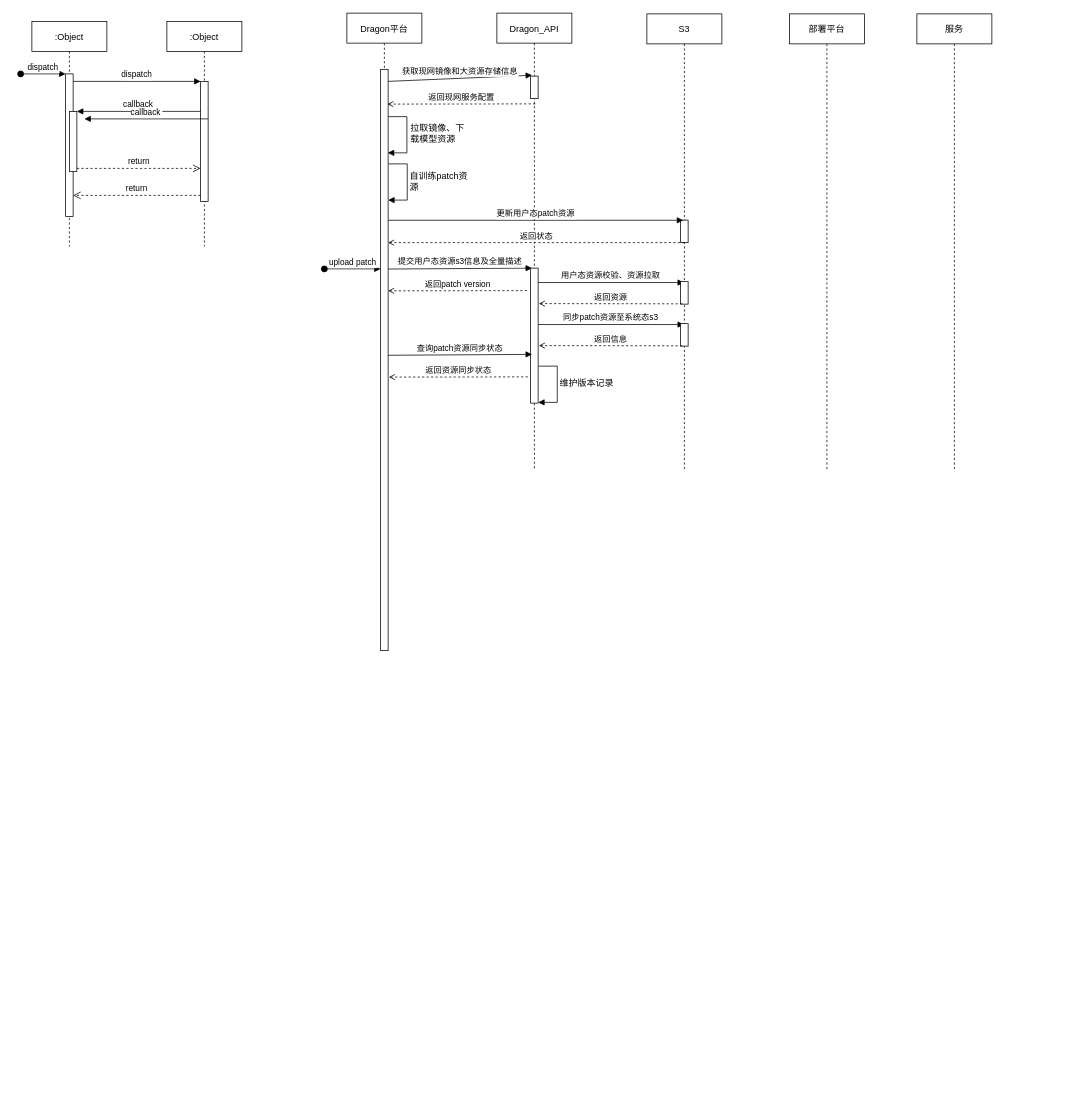
Above: dragon_api.drawio in Mr-lixh/diagrams (draw.io), before the change. Source tidied: cells renumbered, new cells numbered last; positions are measured from the earlier drawing's top-left corner, leaving out a move shared by most shapes. Both pictures are drawn from the tidied source at 75%, with x=0, y=0 at pixel (20, 13).
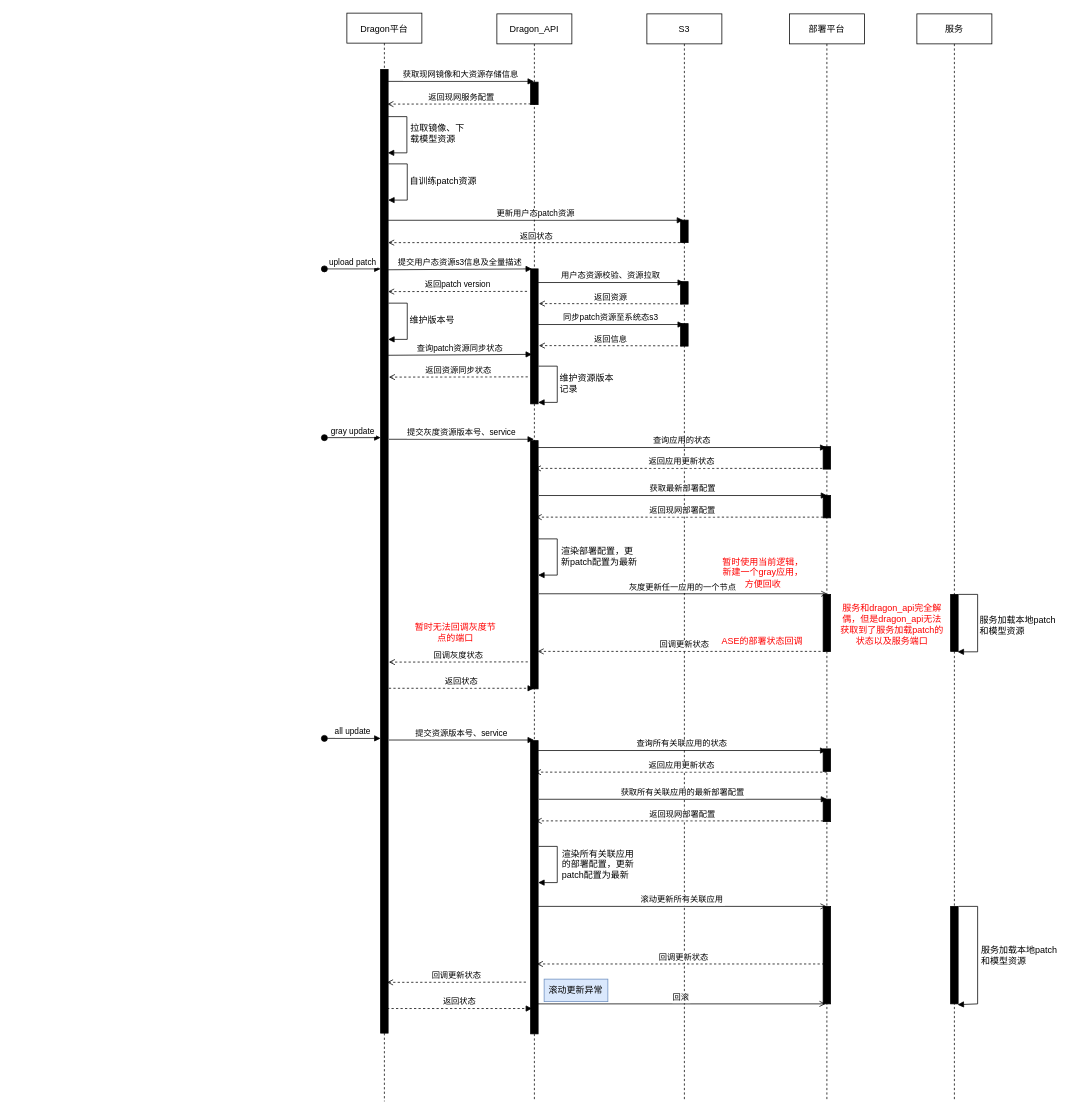
Above is the later version.

What changed in the source:
```diff
@@
-    <mxCell id="2" value=":Object" style="shape=umlLifeline;perimeter=lifelinePerimeter;rounded=0;shadow=0;strokeWidth=1;" parent="1" vertex="1">
-      <mxGeometry x="15" y="11" width="100" height="300" as="geometry" />
-    </mxCell>
-    <mxCell id="3" style="points=[];perimeter=orthogonalPerimeter;rounded=0;shadow=0;strokeWidth=1;" parent="2" vertex="1">
-      <mxGeometry x="45" y="70" width="10" height="190" as="geometry" />
-    </mxCell>
-    <mxCell id="4" value="dispatch" style="verticalAlign=bottom;startArrow=oval;endArrow=block;startSize=8;shadow=0;strokeWidth=1;" parent="2" edge="1" target="3">
-      <mxGeometry relative="1" as="geometry">
-        <mxPoint x="-15" y="70" as="sourcePoint" />
-      </mxGeometry>
-    </mxCell>
-    <mxCell id="5" style="points=[];perimeter=orthogonalPerimeter;rounded=0;shadow=0;strokeWidth=1;" parent="2" vertex="1">
-      <mxGeometry x="50" y="120" width="10" height="80" as="geometry" />
-    </mxCell>
-    <mxCell id="6" value=":Object" style="shape=umlLifeline;perimeter=lifelinePerimeter;rounded=0;shadow=0;strokeWidth=1;" parent="1" vertex="1">
-      <mxGeometry x="195" y="11" width="100" height="300" as="geometry" />
-    </mxCell>
-    <mxCell id="7" style="points=[];perimeter=orthogonalPerimeter;rounded=0;shadow=0;strokeWidth=1;" parent="6" vertex="1">
-      <mxGeometry x="45" y="80" width="10" height="160" as="geometry" />
-    </mxCell>
-    <mxCell id="8" value="return" style="verticalAlign=bottom;endArrow=open;dashed=1;endSize=8;exitX=0;exitY=0.95;shadow=0;strokeWidth=1;" parent="1" edge="1" source="7" target="3">
-      <mxGeometry relative="1" as="geometry" />
-    </mxCell>
-    <mxCell id="9" value="dispatch" style="verticalAlign=bottom;endArrow=block;entryX=0;entryY=0;shadow=0;strokeWidth=1;" parent="1" edge="1" source="3" target="7">
-      <mxGeometry relative="1" as="geometry" />
-    </mxCell>
-    <mxCell id="10" value="callback" style="verticalAlign=bottom;endArrow=block;entryX=1;entryY=0;shadow=0;strokeWidth=1;" parent="1" edge="1" source="7" target="5">
-      <mxGeometry relative="1" as="geometry" />
-    </mxCell>
-    <mxCell id="11" value="return" style="verticalAlign=bottom;endArrow=open;dashed=1;endSize=8;exitX=1;exitY=0.95;shadow=0;strokeWidth=1;" parent="1" edge="1" source="5" target="7">
-      <mxGeometry relative="1" as="geometry" />
-    </mxCell>
     <mxCell id="12" value="Dragon平台" style="shape=umlLifeline;perimeter=lifelinePerimeter;rounded=0;shadow=0;strokeWidth=1;" parent="1" vertex="1">
-      <mxGeometry x="435" width="100" height="850" as="geometry" />
+      <mxGeometry x="435" width="100" height="1451" as="geometry" />
     </mxCell>
-    <mxCell id="13" style="perimeter=orthogonalPerimeter;rounded=0;shadow=0;strokeWidth=1;" parent="12" vertex="1">
-      <mxGeometry x="45" y="75" width="10" height="775" as="geometry" />
+    <mxCell id="13" style="perimeter=orthogonalPerimeter;rounded=0;shadow=0;strokeWidth=1;fillColor=#000000;" parent="12" vertex="1">
+      <mxGeometry x="45" y="75" width="10" height="1285" as="geometry" />
     </mxCell>
@@
     <mxCell id="17" value="Dragon_API" style="shape=umlLifeline;perimeter=lifelinePerimeter;rounded=0;shadow=0;strokeWidth=1;" parent="1" vertex="1">
-      <mxGeometry x="635" width="100" height="610" as="geometry" />
+      <mxGeometry x="635" y="1" width="100" height="1450" as="geometry" />
     </mxCell>
-    <mxCell id="18" style="points=[];perimeter=orthogonalPerimeter;rounded=0;shadow=0;strokeWidth=1;" parent="17" vertex="1">
-      <mxGeometry x="45" y="84" width="10" height="30" as="geometry" />
+    <mxCell id="18" style="points=[];perimeter=orthogonalPerimeter;rounded=0;shadow=0;strokeWidth=1;fillColor=#000000;" parent="17" vertex="1">
+      <mxGeometry x="45" y="91" width="10" height="30" as="geometry" />
     </mxCell>
@@
-    <mxCell id="20" style="perimeter=orthogonalPerimeter;rounded=0;shadow=0;strokeWidth=1;" parent="17" vertex="1">
+    <mxCell id="20" style="perimeter=orthogonalPerimeter;rounded=0;shadow=0;strokeWidth=1;fillColor=#000000;" parent="17" vertex="1">
       <mxGeometry x="45" y="340" width="10" height="180" as="geometry" />
     </mxCell>
@@
+    <mxCell id="43" style="perimeter=orthogonalPerimeter;rounded=0;shadow=0;strokeWidth=1;fillColor=#000000;" parent="17" vertex="1">
+      <mxGeometry x="45" y="569" width="10" height="331" as="geometry" />
+    </mxCell>
+    <mxCell id="44" value="查询应用的状态" style="verticalAlign=bottom;endArrow=block;shadow=0;strokeWidth=1;" parent="17" edge="1" target="27">
+      <mxGeometry relative="1" as="geometry">
+        <mxPoint x="55" y="578.2" as="sourcePoint" />
+      </mxGeometry>
+    </mxCell>
+    <mxCell id="45" style="perimeter=orthogonalPerimeter;rounded=0;shadow=0;strokeWidth=1;fillColor=#000000;" parent="17" vertex="1">
+      <mxGeometry x="45" y="969" width="10" height="391" as="geometry" />
+    </mxCell>
+    <mxCell id="46" value="回调更新状态" style="verticalAlign=bottom;endArrow=none;shadow=0;strokeWidth=1;startArrow=open;startFill=0;endFill=0;dashed=1;" parent="17" edge="1">
+      <mxGeometry relative="1" as="geometry">
+        <mxPoint x="-146.5" y="1291.3" as="sourcePoint" />
+        <mxPoint x="39.5" y="1291" as="targetPoint" />
+      </mxGeometry>
+    </mxCell>
+    <mxCell id="47" value="返回状态" style="verticalAlign=bottom;endArrow=block;shadow=0;strokeWidth=1;dashed=1;" parent="17" edge="1">
+      <mxGeometry relative="1" as="geometry">
+        <mxPoint x="-146.5" y="1326.2" as="sourcePoint" />
+        <mxPoint x="47" y="1326.2" as="targetPoint" />
+      </mxGeometry>
+    </mxCell>
+    <mxCell id="48" value="滚动更新异常" style="rounded=0;whiteSpace=wrap;html=1;fillColor=#dae8fc;strokeColor=#6c8ebf;" parent="17" vertex="1">
+      <mxGeometry x="63" y="1287" width="85" height="30" as="geometry" />
+    </mxCell>
     <mxCell id="22" value="S3" style="shape=umlLifeline;perimeter=lifelinePerimeter;rounded=0;shadow=0;strokeWidth=1;" parent="1" vertex="1">
-      <mxGeometry x="835" y="1" width="100" height="610" as="geometry" />
+      <mxGeometry x="835" y="1" width="100" height="1450" as="geometry" />
     </mxCell>
-    <mxCell id="23" style="perimeter=orthogonalPerimeter;rounded=0;shadow=0;strokeWidth=1;" parent="22" vertex="1">
+    <mxCell id="23" style="perimeter=orthogonalPerimeter;rounded=0;shadow=0;strokeWidth=1;fillColor=#000000;" parent="22" vertex="1">
       <mxGeometry x="45" y="275" width="10" height="30" as="geometry" />
     </mxCell>
@@
-    <mxCell id="26" style="perimeter=orthogonalPerimeter;rounded=0;shadow=0;strokeWidth=1;" parent="22" vertex="1">
+    <mxCell id="26" style="perimeter=orthogonalPerimeter;rounded=0;shadow=0;strokeWidth=1;fillColor=#000000;" parent="22" vertex="1">
       <mxGeometry x="45" y="357" width="10" height="30" as="geometry" />
     </mxCell>
+    <mxCell id="49" value="回调更新状态" style="verticalAlign=bottom;endArrow=none;shadow=0;strokeWidth=1;startArrow=open;startFill=0;endFill=0;dashed=1;" parent="22" edge="1">
+      <mxGeometry relative="1" as="geometry">
+        <mxPoint x="-145.6" y="850" as="sourcePoint" />
+        <mxPoint x="245.7" y="850" as="targetPoint" />
+      </mxGeometry>
+    </mxCell>
     <mxCell id="27" value="部署平台" style="shape=umlLifeline;perimeter=lifelinePerimeter;rounded=0;shadow=0;strokeWidth=1;" parent="1" vertex="1">
-      <mxGeometry x="1025" y="1" width="100" height="610" as="geometry" />
+      <mxGeometry x="1025" y="1" width="100" height="1450" as="geometry" />
     </mxCell>
+    <mxCell id="50" style="perimeter=orthogonalPerimeter;rounded=0;shadow=0;strokeWidth=1;fillColor=#000000;" parent="27" vertex="1">
+      <mxGeometry x="45" y="577" width="10" height="30" as="geometry" />
+    </mxCell>
+    <mxCell id="51" style="perimeter=orthogonalPerimeter;rounded=0;shadow=0;strokeWidth=1;fillColor=#000000;" parent="27" vertex="1">
+      <mxGeometry x="45" y="642" width="10" height="30" as="geometry" />
+    </mxCell>
+    <mxCell id="52" style="perimeter=orthogonalPerimeter;rounded=0;shadow=0;strokeWidth=1;fillColor=#000000;" parent="27" vertex="1">
+      <mxGeometry x="45" y="774" width="10" height="76" as="geometry" />
+    </mxCell>
+    <mxCell id="53" style="perimeter=orthogonalPerimeter;rounded=0;shadow=0;strokeWidth=1;fillColor=#000000;" parent="27" vertex="1">
+      <mxGeometry x="45" y="980" width="10" height="30" as="geometry" />
+    </mxCell>
+    <mxCell id="54" style="perimeter=orthogonalPerimeter;rounded=0;shadow=0;strokeWidth=1;fillColor=#000000;" parent="27" vertex="1">
+      <mxGeometry x="45" y="1047" width="10" height="30" as="geometry" />
+    </mxCell>
+    <mxCell id="55" style="perimeter=orthogonalPerimeter;rounded=0;shadow=0;strokeWidth=1;fillColor=#000000;" parent="27" vertex="1">
+      <mxGeometry x="45" y="1190" width="10" height="130" as="geometry" />
+    </mxCell>
     <mxCell id="28" value="服务" style="shape=umlLifeline;perimeter=lifelinePerimeter;rounded=0;shadow=0;strokeWidth=1;" parent="1" vertex="1">
-      <mxGeometry x="1195" y="1" width="100" height="610" as="geometry" />
+      <mxGeometry x="1195" y="1" width="100" height="1450" as="geometry" />
     </mxCell>
+    <mxCell id="56" style="points=[];perimeter=orthogonalPerimeter;rounded=0;shadow=0;strokeWidth=1;fillColor=#000000;" parent="28" vertex="1">
+      <mxGeometry x="45" y="774" width="10" height="76" as="geometry" />
+    </mxCell>
-    <mxCell id="29" value="获取现网镜像和大资源存储信息" style="verticalAlign=bottom;endArrow=block;shadow=0;strokeWidth=1;entryX=0.191;entryY=-0.039;entryDx=0;entryDy=0;entryPerimeter=0;" parent="1" edge="1" target="18">
+    <mxCell id="29" value="获取现网镜像和大资源存储信息" style="verticalAlign=bottom;endArrow=block;shadow=0;strokeWidth=1;" parent="1" edge="1" target="17">
       <mxGeometry relative="1" as="geometry">
         <mxPoint x="490" y="91" as="sourcePoint" />
       </mxGeometry>
     </mxCell>
-    <mxCell id="30" value="callback" style="verticalAlign=bottom;endArrow=block;entryX=1;entryY=0;shadow=0;strokeWidth=1;" parent="1" edge="1">
-      <mxGeometry relative="1" as="geometry">
-        <mxPoint x="250" y="141" as="sourcePoint" />
-        <mxPoint x="85" y="141" as="targetPoint" />
-      </mxGeometry>
-    </mxCell>
@@
     <mxCell id="33" value="自训练patch资源" style="text;html=1;strokeColor=none;fillColor=none;align=left;verticalAlign=middle;whiteSpace=wrap;rounded=0;" parent="1" vertex="1">
-      <mxGeometry x="517" y="209" width="80" height="30" as="geometry" />
+      <mxGeometry x="517" y="209" width="98" height="30" as="geometry" />
     </mxCell>
@@
-    <mxCell id="37" style="perimeter=orthogonalPerimeter;rounded=0;shadow=0;strokeWidth=1;" parent="1" vertex="1">
+    <mxCell id="37" style="perimeter=orthogonalPerimeter;rounded=0;shadow=0;strokeWidth=1;fillColor=#000000;" parent="1" vertex="1">
       <mxGeometry x="880" y="414" width="10" height="30" as="geometry" />
     </mxCell>
@@
-    <mxCell id="40" value="维护版本记录" style="text;html=1;strokeColor=none;fillColor=none;align=left;verticalAlign=middle;whiteSpace=wrap;rounded=0;" parent="1" vertex="1">
+    <mxCell id="40" value="维护资源版本记录" style="text;html=1;strokeColor=none;fillColor=none;align=left;verticalAlign=middle;whiteSpace=wrap;rounded=0;" parent="1" vertex="1">
       <mxGeometry x="717" y="478.7" width="80" height="30" as="geometry" />
     </mxCell>
@@
+    <mxCell id="57" style="endArrow=block;html=1;rounded=0;edgeStyle=orthogonalEdgeStyle;entryX=0.945;entryY=0.649;entryDx=0;entryDy=0;entryPerimeter=0;endFill=1;" parent="1" edge="1">
+      <mxGeometry relative="1" as="geometry">
+        <mxPoint x="490.5" y="386.7" as="sourcePoint" />
+        <mxPoint x="490" y="435" as="targetPoint" />
+        <Array as="points">
+          <mxPoint x="515.5" y="386.7" />
+          <mxPoint x="515.5" y="434.7" />
+        </Array>
+      </mxGeometry>
+    </mxCell>
+    <mxCell id="58" value="维护版本号" style="text;html=1;strokeColor=none;fillColor=none;align=left;verticalAlign=middle;whiteSpace=wrap;rounded=0;" parent="1" vertex="1">
+      <mxGeometry x="517" y="394.7" width="80" height="30" as="geometry" />
+    </mxCell>
+    <mxCell id="59" value="gray update" style="verticalAlign=bottom;startArrow=oval;endArrow=block;startSize=8;shadow=0;strokeWidth=1;" parent="1" edge="1">
+      <mxGeometry relative="1" as="geometry">
+        <mxPoint x="405" y="566" as="sourcePoint" />
+        <mxPoint x="480" y="566" as="targetPoint" />
+      </mxGeometry>
+    </mxCell>
+    <mxCell id="60" value="提交灰度资源版本号、service" style="verticalAlign=bottom;endArrow=block;shadow=0;strokeWidth=1;" parent="1" edge="1" target="17">
+      <mxGeometry relative="1" as="geometry">
+        <mxPoint x="491" y="568.2" as="sourcePoint" />
+      </mxGeometry>
+    </mxCell>
+    <mxCell id="61" value="返回应用更新状态" style="verticalAlign=bottom;endArrow=none;shadow=0;strokeWidth=1;startArrow=open;startFill=0;endFill=0;dashed=1;" parent="1" edge="1">
+      <mxGeometry relative="1" as="geometry">
+        <mxPoint x="685.7" y="607" as="sourcePoint" />
+        <mxPoint x="1077" y="607" as="targetPoint" />
+      </mxGeometry>
+    </mxCell>
+    <mxCell id="62" value="获取最新部署配置" style="verticalAlign=bottom;endArrow=block;shadow=0;strokeWidth=1;" parent="1" edge="1">
+      <mxGeometry relative="1" as="geometry">
+        <mxPoint x="691" y="643.2" as="sourcePoint" />
+        <mxPoint x="1075.5" y="643.2" as="targetPoint" />
+      </mxGeometry>
+    </mxCell>
+    <mxCell id="63" value="返回现网部署配置" style="verticalAlign=bottom;endArrow=none;shadow=0;strokeWidth=1;startArrow=open;startFill=0;endFill=0;dashed=1;" parent="1" edge="1">
+      <mxGeometry relative="1" as="geometry">
+        <mxPoint x="686.7" y="672" as="sourcePoint" />
+        <mxPoint x="1078" y="672" as="targetPoint" />
+      </mxGeometry>
+    </mxCell>
+    <mxCell id="64" style="endArrow=block;html=1;rounded=0;edgeStyle=orthogonalEdgeStyle;entryX=0.945;entryY=0.649;entryDx=0;entryDy=0;entryPerimeter=0;endFill=1;" parent="1" edge="1">
+      <mxGeometry relative="1" as="geometry">
+        <mxPoint x="690.5" y="701" as="sourcePoint" />
+        <mxPoint x="690" y="749.3" as="targetPoint" />
+        <Array as="points">
+          <mxPoint x="715.5" y="701" />
+          <mxPoint x="715.5" y="749" />
+        </Array>
+      </mxGeometry>
+    </mxCell>
+    <mxCell id="65" value="渲染部署配置，更新patch配置为最新" style="text;html=1;strokeColor=none;fillColor=none;align=left;verticalAlign=middle;whiteSpace=wrap;rounded=0;" parent="1" vertex="1">
+      <mxGeometry x="719" y="709" width="108" height="30" as="geometry" />
+    </mxCell>
+    <mxCell id="66" value="灰度更新任一应用的一个节点" style="verticalAlign=bottom;endArrow=open;shadow=0;strokeWidth=1;endFill=0;" parent="1" edge="1">
+      <mxGeometry relative="1" as="geometry">
+        <mxPoint x="691" y="774.2" as="sourcePoint" />
+        <mxPoint x="1075.5" y="774.2" as="targetPoint" />
+      </mxGeometry>
+    </mxCell>
+    <mxCell id="67" style="endArrow=block;html=1;rounded=0;edgeStyle=orthogonalEdgeStyle;entryX=0.92;entryY=1.008;entryDx=0;entryDy=0;entryPerimeter=0;endFill=1;" parent="1" edge="1" target="56">
+      <mxGeometry relative="1" as="geometry">
+        <mxPoint x="1250.5" y="775" as="sourcePoint" />
+        <Array as="points">
+          <mxPoint x="1276" y="775" />
+          <mxPoint x="1276" y="851" />
+          <mxPoint x="1249" y="851" />
+        </Array>
+      </mxGeometry>
+    </mxCell>
+    <mxCell id="68" value="服务加载本地patch和模型资源" style="text;html=1;strokeColor=none;fillColor=none;align=left;verticalAlign=middle;whiteSpace=wrap;rounded=0;" parent="1" vertex="1">
+      <mxGeometry x="1277" y="801" width="108" height="30" as="geometry" />
+    </mxCell>
+    <mxCell id="69" value="回调灰度状态" style="verticalAlign=bottom;endArrow=none;shadow=0;strokeWidth=1;startArrow=open;startFill=0;endFill=0;dashed=1;" parent="1" edge="1">
+      <mxGeometry relative="1" as="geometry">
+        <mxPoint x="491" y="865.3" as="sourcePoint" />
+        <mxPoint x="677" y="865" as="targetPoint" />
+      </mxGeometry>
+    </mxCell>
+    <mxCell id="70" value="暂时无法回调灰度节点的端口" style="text;html=1;strokeColor=none;fillColor=none;align=center;verticalAlign=middle;whiteSpace=wrap;rounded=0;fontColor=#FF0000;" parent="1" vertex="1">
+      <mxGeometry x="525" y="811" width="110" height="30" as="geometry" />
+    </mxCell>
+    <mxCell id="71" value="返回状态" style="verticalAlign=bottom;endArrow=block;shadow=0;strokeWidth=1;dashed=1;" parent="1" edge="1">
+      <mxGeometry relative="1" as="geometry">
+        <mxPoint x="491" y="900.2" as="sourcePoint" />
+        <mxPoint x="684.5" y="900.2" as="targetPoint" />
+      </mxGeometry>
+    </mxCell>
+    <mxCell id="72" value="暂时使用当前逻辑，新建一个gray应用，方便回收" style="text;html=1;strokeColor=none;fillColor=none;align=center;verticalAlign=middle;whiteSpace=wrap;rounded=0;fontColor=#FF0000;" parent="1" vertex="1">
+      <mxGeometry x="935" y="731" width="110" height="30" as="geometry" />
+    </mxCell>
+    <mxCell id="73" value="ASE的部署状态回调" style="text;html=1;strokeColor=none;fillColor=none;align=center;verticalAlign=middle;whiteSpace=wrap;rounded=0;fontColor=#FF0000;" parent="1" vertex="1">
+      <mxGeometry x="929" y="822" width="120" height="30" as="geometry" />
+    </mxCell>
+    <mxCell id="74" value="服务和dragon_api完全解偶，但是dragon_api无法获取到了服务加载patch的状态以及服务端口" style="text;html=1;strokeColor=none;fillColor=none;align=center;verticalAlign=middle;whiteSpace=wrap;rounded=0;fontColor=#FF0000;" parent="1" vertex="1">
+      <mxGeometry x="1092" y="790" width="140" height="50" as="geometry" />
+    </mxCell>
+    <mxCell id="75" value="all update" style="verticalAlign=bottom;startArrow=oval;endArrow=block;startSize=8;shadow=0;strokeWidth=1;" parent="1" edge="1">
+      <mxGeometry relative="1" as="geometry">
+        <mxPoint x="405" y="967" as="sourcePoint" />
+        <mxPoint x="480" y="967" as="targetPoint" />
+      </mxGeometry>
+    </mxCell>
+    <mxCell id="76" value="提交资源版本号、service" style="verticalAlign=bottom;endArrow=block;shadow=0;strokeWidth=1;" parent="1" edge="1">
+      <mxGeometry relative="1" as="geometry">
+        <mxPoint x="491" y="969.2" as="sourcePoint" />
+        <mxPoint x="684.5" y="969.2" as="targetPoint" />
+      </mxGeometry>
+    </mxCell>
+    <mxCell id="77" value="查询所有关联应用的状态" style="verticalAlign=bottom;endArrow=block;shadow=0;strokeWidth=1;" parent="1" edge="1">
+      <mxGeometry relative="1" as="geometry">
+        <mxPoint x="690" y="983.2" as="sourcePoint" />
+        <mxPoint x="1074.5" y="983.2" as="targetPoint" />
+      </mxGeometry>
+    </mxCell>
+    <mxCell id="78" value="返回应用更新状态" style="verticalAlign=bottom;endArrow=none;shadow=0;strokeWidth=1;startArrow=open;startFill=0;endFill=0;dashed=1;" parent="1" edge="1">
+      <mxGeometry relative="1" as="geometry">
+        <mxPoint x="685.7" y="1012" as="sourcePoint" />
+        <mxPoint x="1077" y="1012" as="targetPoint" />
+      </mxGeometry>
+    </mxCell>
+    <mxCell id="79" value="获取所有关联应用的最新部署配置" style="verticalAlign=bottom;endArrow=block;shadow=0;strokeWidth=1;" parent="1" edge="1">
+      <mxGeometry relative="1" as="geometry">
+        <mxPoint x="691" y="1048.2" as="sourcePoint" />
+        <mxPoint x="1075.5" y="1048.2" as="targetPoint" />
+      </mxGeometry>
+    </mxCell>
+    <mxCell id="80" value="返回现网部署配置" style="verticalAlign=bottom;endArrow=none;shadow=0;strokeWidth=1;startArrow=open;startFill=0;endFill=0;dashed=1;" parent="1" edge="1">
+      <mxGeometry relative="1" as="geometry">
+        <mxPoint x="686.7" y="1077" as="sourcePoint" />
+        <mxPoint x="1078" y="1077" as="targetPoint" />
+      </mxGeometry>
+    </mxCell>
+    <mxCell id="81" style="endArrow=block;html=1;rounded=0;edgeStyle=orthogonalEdgeStyle;entryX=0.945;entryY=0.649;entryDx=0;entryDy=0;entryPerimeter=0;endFill=1;" parent="1" edge="1">
+      <mxGeometry relative="1" as="geometry">
+        <mxPoint x="690.5" y="1111" as="sourcePoint" />
+        <mxPoint x="690" y="1159.3" as="targetPoint" />
+        <Array as="points">
+          <mxPoint x="715.5" y="1111" />
+          <mxPoint x="715.5" y="1159" />
+        </Array>
+      </mxGeometry>
+    </mxCell>
+    <mxCell id="82" value="渲染所有关联应用的部署配置，更新patch配置为最新" style="text;html=1;strokeColor=none;fillColor=none;align=left;verticalAlign=middle;whiteSpace=wrap;rounded=0;" parent="1" vertex="1">
+      <mxGeometry x="720" y="1120" width="108" height="30" as="geometry" />
+    </mxCell>
+    <mxCell id="83" value="回调更新状态" style="verticalAlign=bottom;endArrow=none;shadow=0;strokeWidth=1;startArrow=open;startFill=0;endFill=0;dashed=1;" parent="1" edge="1">
+      <mxGeometry relative="1" as="geometry">
+        <mxPoint x="688.3" y="1267.8" as="sourcePoint" />
+        <mxPoint x="1079.7" y="1267.8" as="targetPoint" />
+      </mxGeometry>
+    </mxCell>
+    <mxCell id="84" value="滚动更新所有关联应用" style="verticalAlign=bottom;endArrow=open;shadow=0;strokeWidth=1;endFill=0;" parent="1" edge="1">
+      <mxGeometry relative="1" as="geometry">
+        <mxPoint x="690" y="1191" as="sourcePoint" />
+        <mxPoint x="1074.5" y="1191" as="targetPoint" />
+      </mxGeometry>
+    </mxCell>
+    <mxCell id="85" style="points=[];perimeter=orthogonalPerimeter;rounded=0;shadow=0;strokeWidth=1;fillColor=#000000;" parent="1" vertex="1">
+      <mxGeometry x="1240" y="1191" width="10" height="130" as="geometry" />
+    </mxCell>
+    <mxCell id="86" style="endArrow=block;html=1;rounded=0;edgeStyle=orthogonalEdgeStyle;entryX=0.92;entryY=1.008;entryDx=0;entryDy=0;entryPerimeter=0;endFill=1;" parent="1" edge="1" target="85">
+      <mxGeometry relative="1" as="geometry">
+        <mxPoint x="1250.6" y="1191" as="sourcePoint" />
+        <Array as="points">
+          <mxPoint x="1276" y="1191" />
+          <mxPoint x="1276" y="1321" />
+        </Array>
+      </mxGeometry>
+    </mxCell>
+    <mxCell id="87" value="服务加载本地patch和模型资源" style="text;html=1;strokeColor=none;fillColor=none;align=left;verticalAlign=middle;whiteSpace=wrap;rounded=0;" parent="1" vertex="1">
+      <mxGeometry x="1279" y="1241" width="108" height="30" as="geometry" />
+    </mxCell>
+    <mxCell id="88" value="回滚" style="verticalAlign=bottom;endArrow=open;shadow=0;strokeWidth=1;endFill=0;" parent="1" edge="1">
+      <mxGeometry relative="1" as="geometry">
+        <mxPoint x="688.8" y="1321" as="sourcePoint" />
+        <mxPoint x="1073.2" y="1321" as="targetPoint" />
+      </mxGeometry>
+    </mxCell>
```
